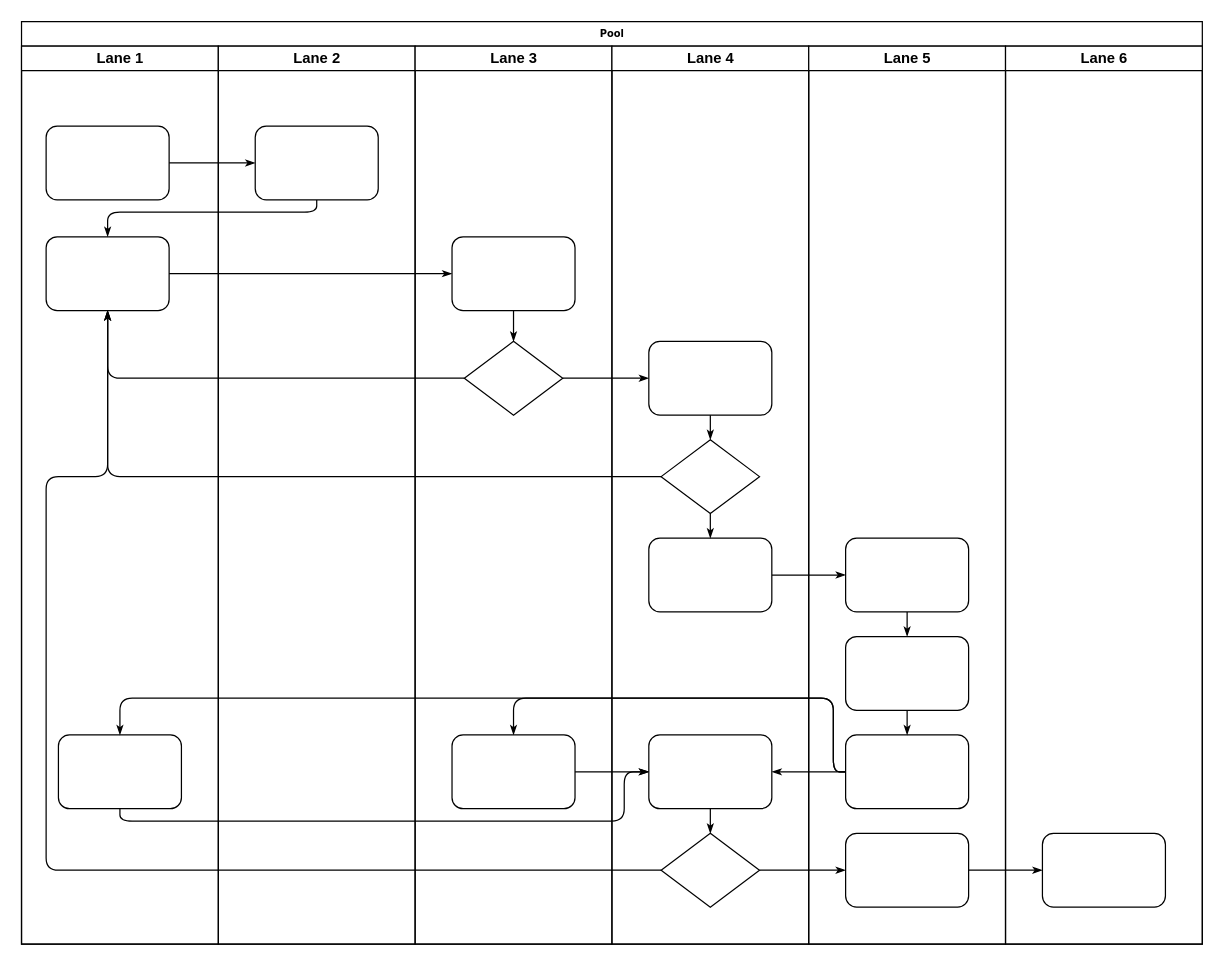
This is 未命名绘图.drawio from JQuan526/flow-graph, a draw.io file, before an edit. Source tidied: cells renumbered, new cells numbered last; positions are measured from the earlier drawing's top-left corner, leaving out a move shared by most shapes. Both pictures are drawn from the tidied source at 123%, with x=0, y=0 at pixel (21, 21).
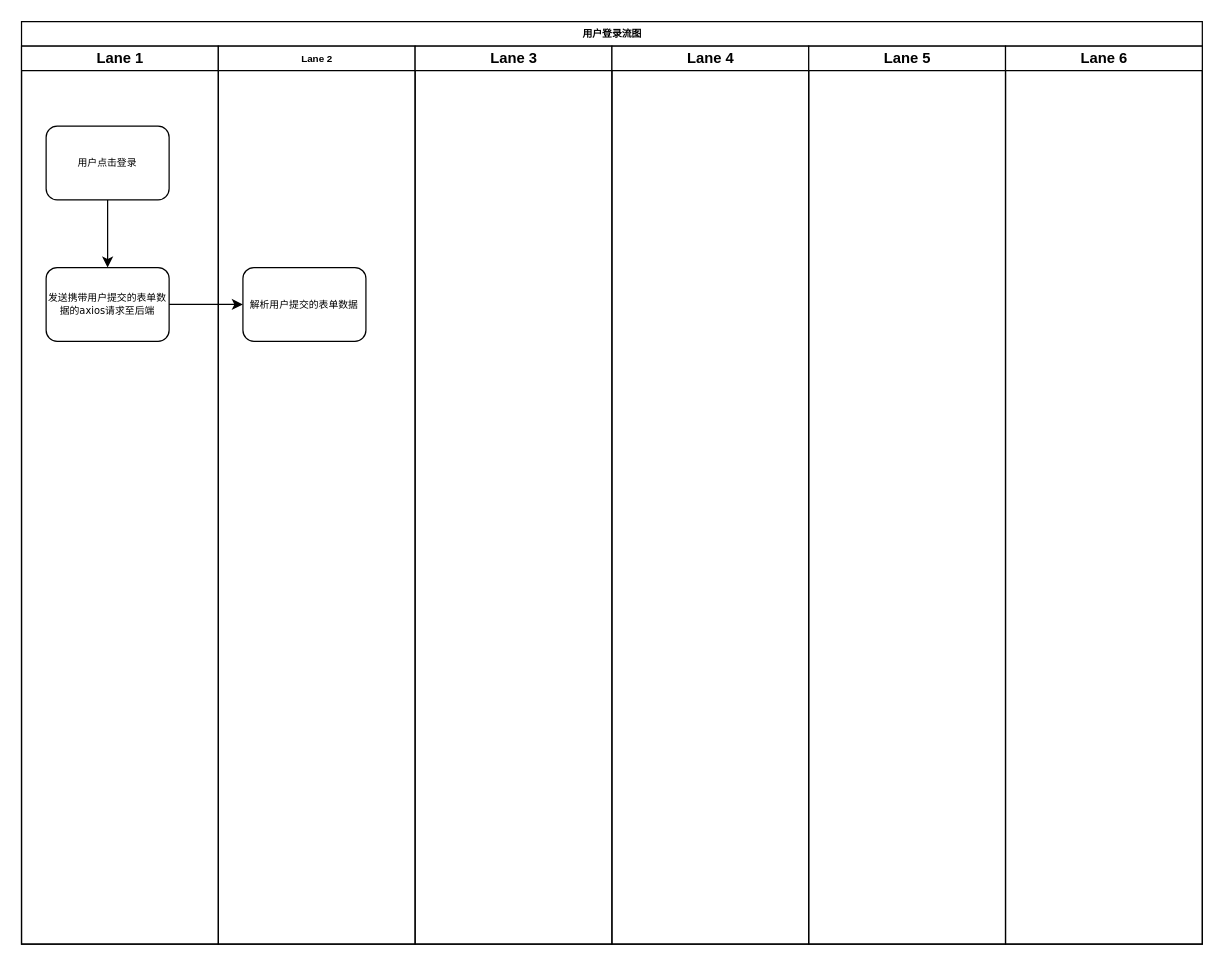
The same page after the edit.

Commit message (it also covers changes not shown here):
用户登录流图.drawio

The change refers to these unchanged cells:
```xml
<mxCell id="3" value="Lane 1" style="swimlane;html=1;startSize=20;" parent="2" vertex="1">
  <mxGeometry y="20" width="160" height="730" as="geometry" />
</mxCell>
<mxCell id="24" value="Lane 3" style="swimlane;html=1;startSize=20;" parent="2" vertex="1">
  <mxGeometry x="320" y="20" width="160" height="730" as="geometry" />
</mxCell>
<mxCell id="29" value="Lane 4" style="swimlane;html=1;startSize=20;" parent="2" vertex="1">
  <mxGeometry x="480" y="20" width="160" height="730" as="geometry" />
</mxCell>
<mxCell id="38" value="Lane 5" style="swimlane;html=1;startSize=20;" parent="2" vertex="1">
  <mxGeometry x="640" y="20" width="160" height="730" as="geometry" />
</mxCell>
<mxCell id="45" value="Lane 6" style="swimlane;html=1;startSize=20;" parent="2" vertex="1">
  <mxGeometry x="800" y="20" width="160" height="730" as="geometry" />
</mxCell>
```

What changed in the source:
```diff
@@
-    <mxCell id="2" value="Pool" style="swimlane;html=1;startSize=20;rounded=0;shadow=0;labelBackgroundColor=none;strokeWidth=1;fontFamily=Verdana;fontSize=8;align=center;" parent="1" vertex="1">
+    <mxCell id="2" value="用户登录流图" style="swimlane;html=1;startSize=20;rounded=0;shadow=0;labelBackgroundColor=none;strokeWidth=1;fontFamily=Verdana;fontSize=8;align=center;" parent="1" vertex="1">
       <mxGeometry width="960" height="750" as="geometry" />
     </mxCell>
@@
-    <mxCell id="4" style="rounded=1;whiteSpace=wrap;html=1;shadow=0;labelBackgroundColor=none;strokeWidth=1;fontFamily=Verdana;fontSize=8;align=center;" parent="3" vertex="1">
+    <mxCell id="4" value="用户点击登录" style="rounded=1;whiteSpace=wrap;html=1;shadow=0;labelBackgroundColor=none;strokeWidth=1;fontFamily=Verdana;fontSize=8;align=center;" parent="3" vertex="1">
       <mxGeometry x="20" y="65" width="100" height="60" as="geometry" />
     </mxCell>
-    <mxCell id="5" style="rounded=1;whiteSpace=wrap;html=1;shadow=0;labelBackgroundColor=none;strokeWidth=1;fontFamily=Verdana;fontSize=8;align=center;" parent="3" vertex="1">
-      <mxGeometry x="20" y="155" width="100" height="60" as="geometry" />
-    </mxCell>
-    <mxCell id="6" style="rounded=1;whiteSpace=wrap;html=1;shadow=0;labelBackgroundColor=none;strokeWidth=1;fontFamily=Verdana;fontSize=8;align=center;" parent="3" vertex="1">
-      <mxGeometry x="30" y="560" width="100" height="60" as="geometry" />
-    </mxCell>
-    <mxCell id="7" style="edgeStyle=orthogonalEdgeStyle;rounded=1;html=1;labelBackgroundColor=none;startArrow=none;startFill=0;startSize=5;endArrow=classicThin;endFill=1;endSize=5;jettySize=auto;strokeWidth=1;fontFamily=Verdana;fontSize=8;" parent="2" edge="1" source="4" target="23">
-      <mxGeometry relative="1" as="geometry" />
-    </mxCell>
-    <mxCell id="8" style="edgeStyle=orthogonalEdgeStyle;rounded=1;html=1;labelBackgroundColor=none;startArrow=none;startFill=0;startSize=5;endArrow=classicThin;endFill=1;endSize=5;jettySize=auto;strokeWidth=1;fontFamily=Verdana;fontSize=8;" parent="2" edge="1" source="23" target="5">
-      <mxGeometry relative="1" as="geometry">
-        <Array as="points">
-          <mxPoint x="240" y="155" />
-          <mxPoint x="70" y="155" />
-        </Array>
-      </mxGeometry>
-    </mxCell>
-    <mxCell id="9" style="edgeStyle=orthogonalEdgeStyle;rounded=1;html=1;labelBackgroundColor=none;startArrow=none;startFill=0;startSize=5;endArrow=classicThin;endFill=1;endSize=5;jettySize=auto;strokeWidth=1;fontFamily=Verdana;fontSize=8;" parent="2" edge="1" source="5" target="25">
-      <mxGeometry relative="1" as="geometry" />
-    </mxCell>
-    <mxCell id="10" style="edgeStyle=orthogonalEdgeStyle;rounded=1;html=1;labelBackgroundColor=none;startArrow=none;startFill=0;startSize=5;endArrow=classicThin;endFill=1;endSize=5;jettySize=auto;strokeWidth=1;fontFamily=Verdana;fontSize=8;" parent="2" edge="1" source="26" target="5">
-      <mxGeometry relative="1" as="geometry" />
-    </mxCell>
-    <mxCell id="11" style="edgeStyle=orthogonalEdgeStyle;rounded=1;html=1;labelBackgroundColor=none;startArrow=none;startFill=0;startSize=5;endArrow=classicThin;endFill=1;endSize=5;jettySize=auto;strokeWidth=1;fontFamily=Verdana;fontSize=8;" parent="2" edge="1" source="31" target="5">
-      <mxGeometry relative="1" as="geometry" />
-    </mxCell>
-    <mxCell id="12" style="edgeStyle=orthogonalEdgeStyle;rounded=1;html=1;labelBackgroundColor=none;startArrow=none;startFill=0;startSize=5;endArrow=classicThin;endFill=1;endSize=5;jettySize=auto;strokeWidth=1;fontFamily=Verdana;fontSize=8;" parent="2" edge="1" source="34" target="5">
-      <mxGeometry relative="1" as="geometry">
-        <Array as="points">
-          <mxPoint x="20" y="690" />
-          <mxPoint x="20" y="370" />
-          <mxPoint x="70" y="370" />
-        </Array>
-      </mxGeometry>
-    </mxCell>
-    <mxCell id="13" style="edgeStyle=orthogonalEdgeStyle;rounded=1;html=1;labelBackgroundColor=none;startArrow=none;startFill=0;startSize=5;endArrow=classicThin;endFill=1;endSize=5;jettySize=auto;strokeWidth=1;fontFamily=Verdana;fontSize=8;" parent="2" edge="1" source="26" target="30">
-      <mxGeometry relative="1" as="geometry" />
-    </mxCell>
-    <mxCell id="14" style="edgeStyle=orthogonalEdgeStyle;rounded=1;html=1;labelBackgroundColor=none;startArrow=none;startFill=0;startSize=5;endArrow=classicThin;endFill=1;endSize=5;jettySize=auto;strokeWidth=1;fontFamily=Verdana;fontSize=8;" parent="2" edge="1" source="34" target="42">
-      <mxGeometry relative="1" as="geometry" />
-    </mxCell>
-    <mxCell id="15" style="edgeStyle=orthogonalEdgeStyle;rounded=1;html=1;labelBackgroundColor=none;startArrow=none;startFill=0;startSize=5;endArrow=classicThin;endFill=1;endSize=5;jettySize=auto;strokeWidth=1;fontFamily=Verdana;fontSize=8;" parent="2" edge="1" source="42" target="46">
-      <mxGeometry relative="1" as="geometry" />
-    </mxCell>
-    <mxCell id="16" style="edgeStyle=orthogonalEdgeStyle;rounded=1;html=1;labelBackgroundColor=none;startArrow=none;startFill=0;startSize=5;endArrow=classicThin;endFill=1;endSize=5;jettySize=auto;strokeWidth=1;fontFamily=Verdana;fontSize=8;" parent="2" edge="1" source="32" target="39">
-      <mxGeometry relative="1" as="geometry" />
-    </mxCell>
-    <mxCell id="17" style="edgeStyle=orthogonalEdgeStyle;rounded=1;html=1;labelBackgroundColor=none;startArrow=none;startFill=0;startSize=5;endArrow=classicThin;endFill=1;endSize=5;jettySize=auto;strokeWidth=1;fontFamily=Verdana;fontSize=8;" parent="2" edge="1" source="41" target="27">
-      <mxGeometry relative="1" as="geometry">
-        <Array as="points">
-          <mxPoint x="660" y="610" />
-          <mxPoint x="660" y="550" />
-          <mxPoint x="400" y="550" />
-        </Array>
-      </mxGeometry>
-    </mxCell>
-    <mxCell id="18" style="edgeStyle=orthogonalEdgeStyle;rounded=1;html=1;labelBackgroundColor=none;startArrow=none;startFill=0;startSize=5;endArrow=classicThin;endFill=1;endSize=5;jettySize=auto;strokeColor=#000000;strokeWidth=1;fontFamily=Verdana;fontSize=8;fontColor=#000000;" parent="2" edge="1" source="41" target="33">
-      <mxGeometry relative="1" as="geometry" />
-    </mxCell>
-    <mxCell id="19" style="edgeStyle=orthogonalEdgeStyle;rounded=1;html=1;labelBackgroundColor=none;startArrow=none;startFill=0;startSize=5;endArrow=classicThin;endFill=1;endSize=5;jettySize=auto;strokeWidth=1;fontFamily=Verdana;fontSize=8;" parent="2" edge="1" source="41" target="6">
-      <mxGeometry relative="1" as="geometry">
-        <Array as="points">
-          <mxPoint x="660" y="610" />
-          <mxPoint x="660" y="550" />
-          <mxPoint x="80" y="550" />
-        </Array>
-      </mxGeometry>
-    </mxCell>
-    <mxCell id="20" style="edgeStyle=orthogonalEdgeStyle;rounded=1;html=1;labelBackgroundColor=none;startArrow=none;startFill=0;startSize=5;endArrow=classicThin;endFill=1;endSize=5;jettySize=auto;strokeWidth=1;fontFamily=Verdana;fontSize=8;" parent="2" edge="1" source="6" target="33">
-      <mxGeometry relative="1" as="geometry">
-        <Array as="points">
-          <mxPoint x="80" y="650" />
-          <mxPoint x="490" y="650" />
-          <mxPoint x="490" y="610" />
-        </Array>
-      </mxGeometry>
-    </mxCell>
-    <mxCell id="21" style="edgeStyle=orthogonalEdgeStyle;rounded=1;html=1;labelBackgroundColor=none;startArrow=none;startFill=0;startSize=5;endArrow=classicThin;endFill=1;endSize=5;jettySize=auto;strokeWidth=1;fontFamily=Verdana;fontSize=8;" parent="2" edge="1" source="27" target="33">
-      <mxGeometry relative="1" as="geometry" />
-    </mxCell>
+    <mxCell id="23" value="&lt;font style=&quot;font-size: 8px;&quot;&gt;发送携带用户提交的表单数据的axios请求至后端&lt;/font&gt;" style="rounded=1;whiteSpace=wrap;html=1;shadow=0;labelBackgroundColor=none;strokeWidth=1;fontFamily=Verdana;fontSize=8;align=center;" parent="3" vertex="1">
+      <mxGeometry x="20" y="180" width="100" height="60" as="geometry" />
+    </mxCell>
-    <mxCell id="22" value="Lane 2" style="swimlane;html=1;startSize=20;" parent="2" vertex="1">
+    <mxCell id="22" value="Lane 2" style="swimlane;html=1;startSize=20;fontSize=8;" parent="2" vertex="1">
       <mxGeometry x="160" y="20" width="160" height="730" as="geometry" />
     </mxCell>
-    <mxCell id="23" style="rounded=1;whiteSpace=wrap;html=1;shadow=0;labelBackgroundColor=none;strokeWidth=1;fontFamily=Verdana;fontSize=8;align=center;" parent="22" vertex="1">
-      <mxGeometry x="30" y="65" width="100" height="60" as="geometry" />
-    </mxCell>
+    <mxCell id="47" value="&lt;p style=&quot;font-size: 8px;&quot;&gt;&lt;font style=&quot;font-size: 8px;&quot;&gt;解析用户提交的表单数据&lt;/font&gt;&lt;/p&gt;" style="rounded=1;whiteSpace=wrap;html=1;" parent="22" vertex="1">
+      <mxGeometry x="20" y="180" width="100" height="60" as="geometry" />
+    </mxCell>
@@
-    <mxCell id="25" style="rounded=1;whiteSpace=wrap;html=1;shadow=0;labelBackgroundColor=none;strokeWidth=1;fontFamily=Verdana;fontSize=8;align=center;" parent="24" vertex="1">
-      <mxGeometry x="30" y="155" width="100" height="60" as="geometry" />
-    </mxCell>
-    <mxCell id="26" style="rhombus;whiteSpace=wrap;html=1;rounded=0;shadow=0;labelBackgroundColor=none;strokeWidth=1;fontFamily=Verdana;fontSize=8;align=center;" parent="24" vertex="1">
-      <mxGeometry x="40" y="240" width="80" height="60" as="geometry" />
-    </mxCell>
-    <mxCell id="27" style="rounded=1;whiteSpace=wrap;html=1;shadow=0;labelBackgroundColor=none;strokeWidth=1;fontFamily=Verdana;fontSize=8;align=center;" parent="24" vertex="1">
-      <mxGeometry x="30" y="560" width="100" height="60" as="geometry" />
-    </mxCell>
-    <mxCell id="28" style="edgeStyle=orthogonalEdgeStyle;rounded=1;html=1;labelBackgroundColor=none;startArrow=none;startFill=0;startSize=5;endArrow=classicThin;endFill=1;endSize=5;jettySize=auto;strokeWidth=1;fontFamily=Verdana;fontSize=8;" parent="24" edge="1" source="25" target="26">
-      <mxGeometry relative="1" as="geometry" />
-    </mxCell>
@@
-    <mxCell id="30" style="rounded=1;whiteSpace=wrap;html=1;shadow=0;labelBackgroundColor=none;strokeWidth=1;fontFamily=Verdana;fontSize=8;align=center;" parent="29" vertex="1">
-      <mxGeometry x="30" y="240" width="100" height="60" as="geometry" />
-    </mxCell>
-    <mxCell id="31" style="rhombus;whiteSpace=wrap;html=1;rounded=0;shadow=0;labelBackgroundColor=none;strokeWidth=1;fontFamily=Verdana;fontSize=8;align=center;" parent="29" vertex="1">
-      <mxGeometry x="40" y="320" width="80" height="60" as="geometry" />
-    </mxCell>
-    <mxCell id="32" style="rounded=1;whiteSpace=wrap;html=1;shadow=0;labelBackgroundColor=none;strokeWidth=1;fontFamily=Verdana;fontSize=8;align=center;" parent="29" vertex="1">
-      <mxGeometry x="30" y="400" width="100" height="60" as="geometry" />
-    </mxCell>
-    <mxCell id="33" style="rounded=1;whiteSpace=wrap;html=1;shadow=0;labelBackgroundColor=none;strokeWidth=1;fontFamily=Verdana;fontSize=8;align=center;" parent="29" vertex="1">
-      <mxGeometry x="30" y="560" width="100" height="60" as="geometry" />
-    </mxCell>
-    <mxCell id="34" style="rhombus;whiteSpace=wrap;html=1;rounded=0;shadow=0;labelBackgroundColor=none;strokeWidth=1;fontFamily=Verdana;fontSize=8;align=center;" parent="29" vertex="1">
-      <mxGeometry x="40" y="640" width="80" height="60" as="geometry" />
-    </mxCell>
-    <mxCell id="35" style="edgeStyle=orthogonalEdgeStyle;rounded=1;html=1;labelBackgroundColor=none;startArrow=none;startFill=0;startSize=5;endArrow=classicThin;endFill=1;endSize=5;jettySize=auto;strokeColor=#000000;strokeWidth=1;fontFamily=Verdana;fontSize=8;fontColor=#000000;" parent="29" edge="1" source="30" target="31">
-      <mxGeometry relative="1" as="geometry" />
-    </mxCell>
-    <mxCell id="36" style="edgeStyle=orthogonalEdgeStyle;rounded=1;html=1;labelBackgroundColor=none;startArrow=none;startFill=0;startSize=5;endArrow=classicThin;endFill=1;endSize=5;jettySize=auto;strokeWidth=1;fontFamily=Verdana;fontSize=8;" parent="29" edge="1" source="31" target="32">
-      <mxGeometry relative="1" as="geometry" />
-    </mxCell>
-    <mxCell id="37" style="edgeStyle=orthogonalEdgeStyle;rounded=1;html=1;labelBackgroundColor=none;startArrow=none;startFill=0;startSize=5;endArrow=classicThin;endFill=1;endSize=5;jettySize=auto;strokeWidth=1;fontFamily=Verdana;fontSize=8;" parent="29" edge="1" source="33" target="34">
-      <mxGeometry relative="1" as="geometry" />
-    </mxCell>
@@
-    <mxCell id="39" style="rounded=1;whiteSpace=wrap;html=1;shadow=0;labelBackgroundColor=none;strokeWidth=1;fontFamily=Verdana;fontSize=8;align=center;" parent="38" vertex="1">
-      <mxGeometry x="30" y="400" width="100" height="60" as="geometry" />
-    </mxCell>
-    <mxCell id="40" style="rounded=1;whiteSpace=wrap;html=1;shadow=0;labelBackgroundColor=none;strokeWidth=1;fontFamily=Verdana;fontSize=8;align=center;" parent="38" vertex="1">
-      <mxGeometry x="30" y="480" width="100" height="60" as="geometry" />
-    </mxCell>
-    <mxCell id="41" style="rounded=1;whiteSpace=wrap;html=1;shadow=0;labelBackgroundColor=none;strokeWidth=1;fontFamily=Verdana;fontSize=8;align=center;" parent="38" vertex="1">
-      <mxGeometry x="30" y="560" width="100" height="60" as="geometry" />
-    </mxCell>
-    <mxCell id="42" style="rounded=1;whiteSpace=wrap;html=1;shadow=0;labelBackgroundColor=none;strokeWidth=1;fontFamily=Verdana;fontSize=8;align=center;" parent="38" vertex="1">
-      <mxGeometry x="30" y="640" width="100" height="60" as="geometry" />
-    </mxCell>
-    <mxCell id="43" style="edgeStyle=orthogonalEdgeStyle;rounded=1;html=1;labelBackgroundColor=none;startArrow=none;startFill=0;startSize=5;endArrow=classicThin;endFill=1;endSize=5;jettySize=auto;strokeWidth=1;fontFamily=Verdana;fontSize=8;" parent="38" edge="1" source="39" target="40">
-      <mxGeometry relative="1" as="geometry" />
-    </mxCell>
-    <mxCell id="44" style="edgeStyle=orthogonalEdgeStyle;rounded=1;html=1;labelBackgroundColor=none;startArrow=none;startFill=0;startSize=5;endArrow=classicThin;endFill=1;endSize=5;jettySize=auto;strokeWidth=1;fontFamily=Verdana;fontSize=8;" parent="38" edge="1" source="40" target="41">
-      <mxGeometry relative="1" as="geometry" />
-    </mxCell>
@@
-    <mxCell id="46" style="rounded=1;whiteSpace=wrap;html=1;shadow=0;labelBackgroundColor=none;strokeWidth=1;fontFamily=Verdana;fontSize=8;align=center;" parent="45" vertex="1">
-      <mxGeometry x="30" y="640" width="100" height="60" as="geometry" />
-    </mxCell>
+    <mxCell id="48" style="endArrow=classic;html=1;rounded=0;entryX=0;entryY=0.5;entryDx=0;entryDy=0;exitX=1;exitY=0.5;exitDx=0;exitDy=0;" parent="2" edge="1" source="23" target="47">
+      <mxGeometry relative="1" as="geometry" />
+    </mxCell>
+    <mxCell id="49" style="endArrow=classic;html=1;rounded=0;exitX=0.5;exitY=1;exitDx=0;exitDy=0;" parent="1" edge="1" source="4">
+      <mxGeometry relative="1" as="geometry">
+        <mxPoint x="70" y="200" as="targetPoint" />
+      </mxGeometry>
+    </mxCell>
```
